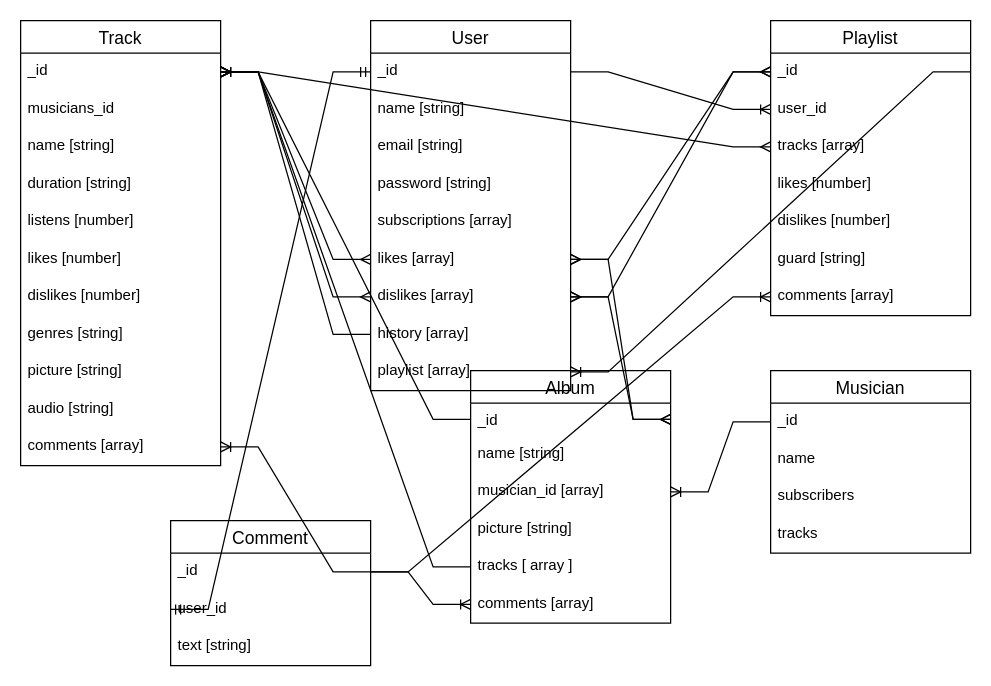
This is schemas/betify.drawio from tusvel/betify_backend, a draw.io file, before an edit. Source tidied: cells renumbered, new cells numbered last; positions are measured from the earlier drawing's top-left corner, leaving out a move shared by most shapes. Both pictures are drawn from the tidied source at 125%, with x=0, y=0 at pixel (20, 20).
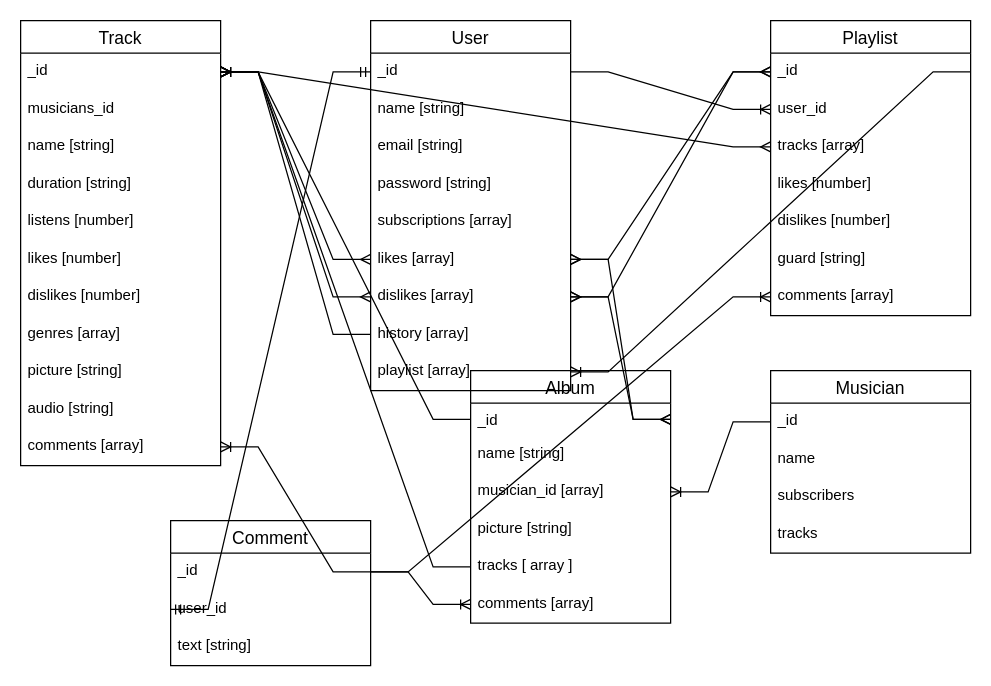
The same diagram, later.

Unchanged cells that the change refers to:
```xml
<mxCell id="2" value="Track" style="swimlane;fontStyle=0;horizontal=1;startSize=26;align=center;fontSize=14;" parent="1" vertex="1">
  <mxGeometry width="160" height="356" as="geometry" />
</mxCell>
```

The edit, as a diff of the source:
```diff
@@
-    <mxCell id="10" value="genres [string]" style="text;strokeColor=none;fillColor=none;spacingLeft=4;spacingRight=4;overflow=hidden;fontSize=12;" parent="2" vertex="1">
+    <mxCell id="10" value="genres [array]" style="text;strokeColor=none;fillColor=none;spacingLeft=4;spacingRight=4;overflow=hidden;fontSize=12;" parent="2" vertex="1">
       <mxGeometry y="236" width="160" height="30" as="geometry" />
     </mxCell>
```
